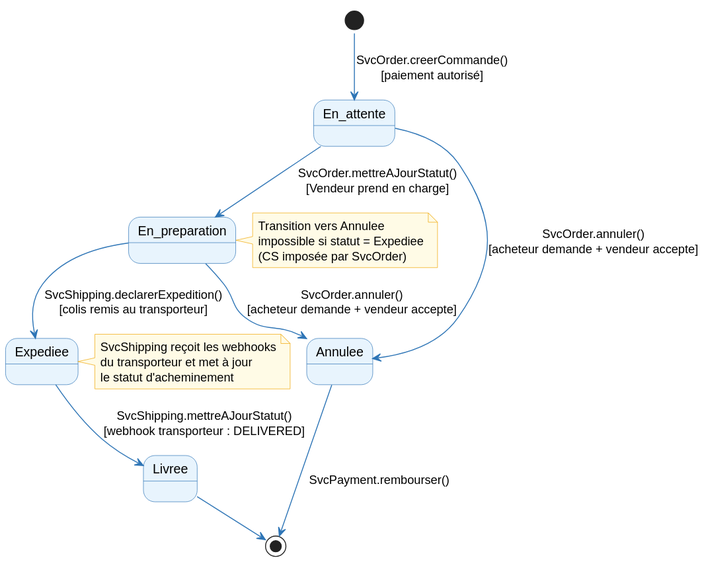
louistalvande/online_shop keeps this PlantUML diagram as architecture/03-logical-architecture/diagrams/la-states-commande.svg. Above is the earlier version.
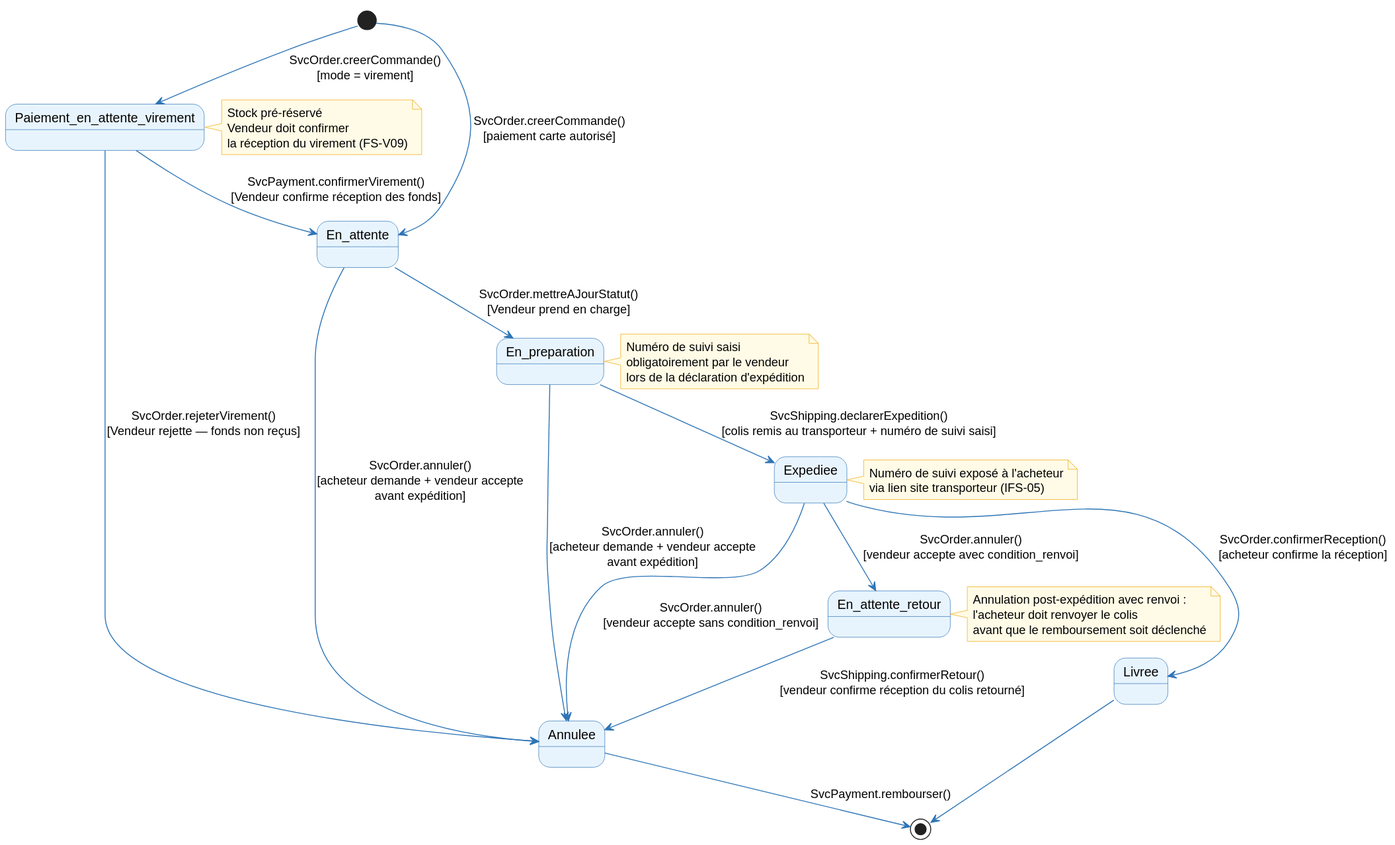
The same file after the commit.

What changed in the source:
```diff
@@ -5,30 +5,50 @@
 skinparam noteBackgroundColor #FFFBE6
 skinparam noteBorderColor #F0A500
 
-[*] --> En_attente : SvcOrder.creerCommande()\n[paiement autorisé]
+[*] --> Paiement_en_attente_virement : SvcOrder.creerCommande()\n[mode = virement]
+[*] --> En_attente : SvcOrder.creerCommande()\n[paiement carte autorisé]
+
+Paiement_en_attente_virement --> En_attente : SvcPayment.confirmerVirement()\n[Vendeur confirme réception des fonds]
+Paiement_en_attente_virement --> Annulee : SvcOrder.rejeterVirement()\n[Vendeur rejette — fonds non reçus]
 
 En_attente --> En_preparation : SvcOrder.mettreAJourStatut()\n[Vendeur prend en charge]
 
-En_preparation --> Expediee : SvcShipping.declarerExpedition()\n[colis remis au transporteur]
+En_preparation --> Expediee : SvcShipping.declarerExpedition()\n[colis remis au transporteur + numéro de suivi saisi]
 
-Expediee --> Livree : SvcShipping.mettreAJourStatut()\n[webhook transporteur : DELIVERED]
+Expediee --> Livree : SvcOrder.confirmerReception()\n[acheteur confirme la réception]
 
 Livree --> [*]
 
-En_attente --> Annulee : SvcOrder.annuler()\n[acheteur demande + vendeur accepte]
-En_preparation --> Annulee : SvcOrder.annuler()\n[acheteur demande + vendeur accepte]
+En_attente --> Annulee : SvcOrder.annuler()\n[acheteur demande + vendeur accepte\navant expédition]
+En_preparation --> Annulee : SvcOrder.annuler()\n[acheteur demande + vendeur accepte\navant expédition]
+
+Expediee --> En_attente_retour : SvcOrder.annuler()\n[vendeur accepte avec condition_renvoi]
+Expediee --> Annulee : SvcOrder.annuler()\n[vendeur accepte sans condition_renvoi]
+
+En_attente_retour --> Annulee : SvcShipping.confirmerRetour()\n[vendeur confirme réception du colis retourné]
 
 Annulee --> [*] : SvcPayment.rembourser()
 
+note right of Paiement_en_attente_virement
+  Stock pré-réservé
+  Vendeur doit confirmer
+  la réception du virement (FS-V09)
+end note
+
 note right of En_preparation
-  Transition vers Annulee
-  impossible si statut = Expediee
-  (CS imposée par SvcOrder)
+  Numéro de suivi saisi
+  obligatoirement par le vendeur
+  lors de la déclaration d'expédition
+end note
+
+note right of En_attente_retour
+  Annulation post-expédition avec renvoi :
+  l'acheteur doit renvoyer le colis
+  avant que le remboursement soit déclenché
 end note
 
 note right of Expediee
-  SvcShipping reçoit les webhooks
-  du transporteur et met à jour
-  le statut d'acheminement
+  Numéro de suivi exposé à l'acheteur
+  via lien site transporteur (IFS-05)
 end note
 @enduml
```
